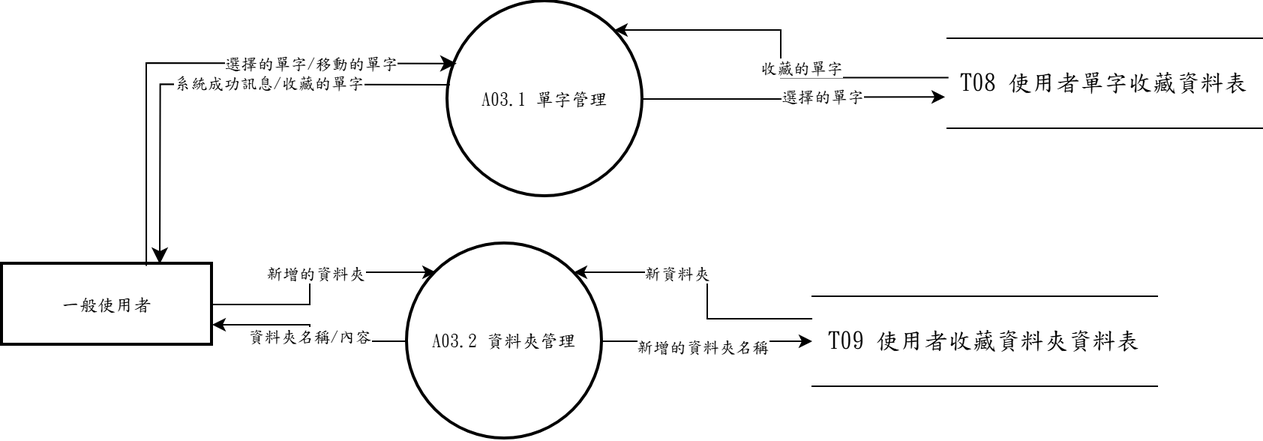
Earlier version of the draw.io export 系統文件/第6章/DFD圖/圖3/新/圖3.drawio.png (s22452007/115502). Source tidied: cells renumbered, new cells last; positions are measured from the earlier drawing's top-left corner, leaving out a move shared by most shapes.
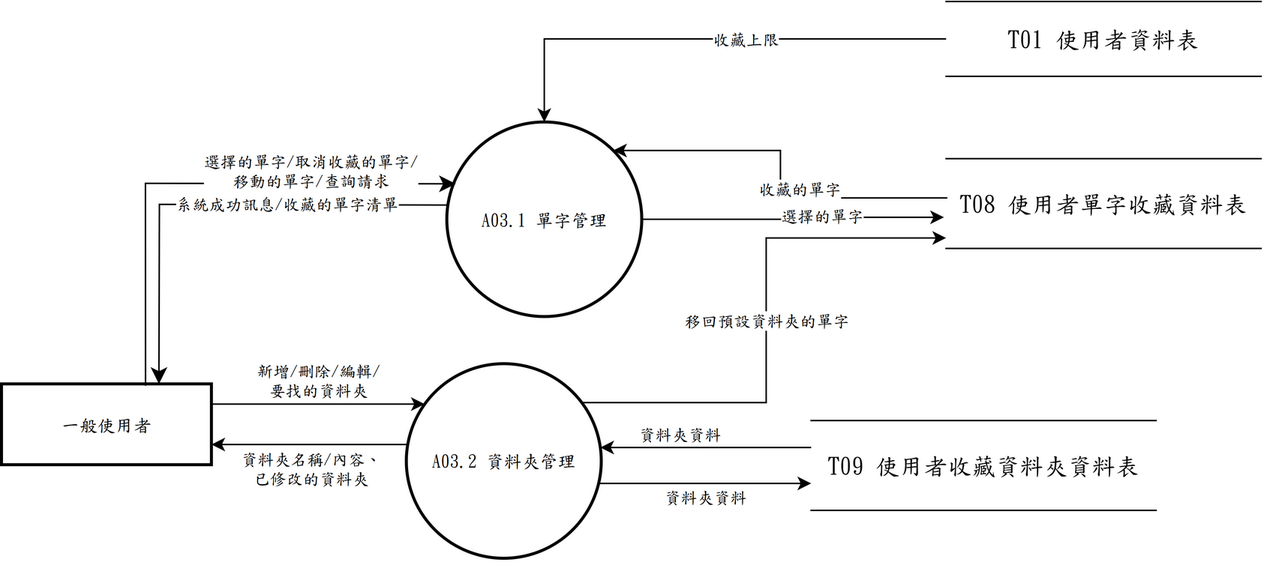
Above is the later version.

What changed in the source:
```diff
@@ -2,11 +2,13 @@
   <root>
     <mxCell id="0" />
     <mxCell id="1" parent="0" />
-    <mxCell id="2" style="edgeStyle=orthogonalEdgeStyle;rounded=0;jettySize=auto;html=1;entryX=0;entryY=0;entryDx=0;entryDy=0;" parent="1" edge="1" source="4" target="22">
+    <mxCell id="2" style="edgeStyle=none;rounded=0;jettySize=auto;html=1;fontFamily=標楷體;exitX=1.0000;exitY=0.2500;exitDx=0;exitDy=0;exitPerimeter=0;entryX=0.0943;entryY=0.2077;entryDx=0;entryDy=0;entryPerimeter=0;" parent="1" edge="1" source="4" target="22">
       <mxGeometry relative="1" as="geometry" />
     </mxCell>
-    <mxCell id="3" value="新增的資料夾" style="edgeLabel;html=1;align=center;verticalAlign=middle;fontFamily=標楷體;" parent="2" vertex="1">
-      <mxGeometry x="0.05" relative="1" as="geometry" />
+    <mxCell id="3" value="新增/刪除/編輯/&lt;br&gt;要找的資料夾" style="edgeLabel;html=1;align=center;verticalAlign=middle;fontFamily=標楷體;" parent="2" vertex="1">
+      <mxGeometry relative="1" as="geometry">
+        <mxPoint y="-16" as="offset" />
+      </mxGeometry>
     </mxCell>
     <mxCell id="4" value="一般使用者" style="whiteSpace=wrap;strokeWidth=2;fontFamily=標楷體;" parent="1" vertex="1">
       <mxGeometry y="175.5" width="140" height="54" as="geometry" />
@@ -17,14 +19,16 @@
     <mxCell id="6" value="&lt;span lang=&quot;EN-US&quot; style=&quot;font-size: 12pt;&quot;&gt;T08&amp;nbsp;&lt;/span&gt;&lt;span style=&quot;font-size: 12pt;&quot;&gt;使用者單字收藏資料表&lt;/span&gt;" style="shape=partialRectangle;whiteSpace=wrap;html=1;left=0;right=0;fontFamily=標楷體;" parent="1" vertex="1">
       <mxGeometry x="630" y="25" width="210" height="60" as="geometry" />
     </mxCell>
-    <mxCell id="7" style="edgeStyle=orthogonalEdgeStyle;rounded=0;jettySize=auto;html=1;exitX=0;exitY=0.25;exitDx=0;exitDy=0;entryX=1;entryY=0;entryDx=0;entryDy=0;" parent="1" edge="1" source="9" target="22">
+    <mxCell id="7" style="edgeStyle=none;rounded=0;jettySize=auto;html=1;fontFamily=標楷體;exitX=0.0000;exitY=0.3000;exitDx=0;exitDy=0;exitPerimeter=0;entryX=0.9952;entryY=0.4308;entryDx=0;entryDy=0;entryPerimeter=0;" parent="1" edge="1" source="9" target="22">
       <mxGeometry relative="1" as="geometry" />
     </mxCell>
-    <mxCell id="8" value="新資料夾" style="edgeLabel;html=1;align=center;verticalAlign=middle;fontFamily=標楷體;" parent="7" vertex="1">
-      <mxGeometry x="0.28" relative="1" as="geometry" />
+    <mxCell id="8" value="資料夾資料" style="edgeLabel;html=1;align=center;verticalAlign=middle;fontFamily=標楷體;" parent="7" vertex="1">
+      <mxGeometry x="0.25" relative="1" as="geometry">
+        <mxPoint y="-9" as="offset" />
+      </mxGeometry>
     </mxCell>
     <mxCell id="9" value="&lt;span lang=&quot;EN-US&quot; style=&quot;font-size: 12pt;&quot;&gt;T09&amp;nbsp;&lt;/span&gt;&lt;span style=&quot;font-size: 12pt;&quot;&gt;使用者收藏資料夾資料表&lt;/span&gt;" style="shape=partialRectangle;whiteSpace=wrap;html=1;left=0;right=0;fontFamily=標楷體;" parent="1" vertex="1">
-      <mxGeometry x="540" y="197" width="230" height="60" as="geometry" />
+      <mxGeometry x="540" y="200" width="230" height="60" as="geometry" />
     </mxCell>
     <mxCell id="10" style="edgeStyle=none;curved=0;rounded=0;jettySize=auto;html=1;exitX=0.686;exitY=0.023;exitDx=0;exitDy=0;entryX=0.046;entryY=0.318;entryDx=0;entryDy=0;fontSize=12;startSize=8;endSize=8;entryPerimeter=0;exitPerimeter=0;fontFamily=標楷體;" parent="1" edge="1" source="4" target="5">
       <mxGeometry relative="1" as="geometry">
@@ -33,9 +37,9 @@
         </Array>
       </mxGeometry>
     </mxCell>
-    <mxCell id="11" value="選擇的單字/移動的單字" style="edgeLabel;html=1;align=center;verticalAlign=middle;fontFamily=標楷體;" parent="10" vertex="1">
+    <mxCell id="11" value="選擇的單字/取消收藏的單字/&lt;br&gt;移動的單字/查詢請求" style="edgeLabel;html=1;align=center;verticalAlign=middle;fontFamily=標楷體;" parent="10" vertex="1">
       <mxGeometry x="0.03" y="-3" relative="1" as="geometry">
-        <mxPoint x="69" y="-3" as="offset" />
+        <mxPoint x="69" y="-12" as="offset" />
       </mxGeometry>
     </mxCell>
     <mxCell id="12" style="edgeStyle=none;curved=0;rounded=0;jettySize=auto;html=1;exitX=0.011;exitY=0.427;exitDx=0;exitDy=0;fontSize=12;startSize=8;endSize=8;exitPerimeter=0;entryX=0.75;entryY=0;entryDx=0;entryDy=0;fontFamily=標楷體;" parent="1" edge="1" source="5" target="4">
@@ -45,8 +49,10 @@
         </Array>
       </mxGeometry>
     </mxCell>
-    <mxCell id="13" value="系統成功訊息/收藏的單字" style="edgeLabel;html=1;align=center;verticalAlign=middle;fontFamily=標楷體;" parent="12" vertex="1">
-      <mxGeometry x="-0.23" y="-1" relative="1" as="geometry" />
+    <mxCell id="13" value="系統成功訊息/收藏的單字清單" style="edgeLabel;html=1;align=center;verticalAlign=middle;fontFamily=標楷體;" parent="12" vertex="1">
+      <mxGeometry x="-0.23" y="-1" relative="1" as="geometry">
+        <mxPoint x="12" as="offset" />
+      </mxGeometry>
     </mxCell>
     <mxCell id="14" style="rounded=0;jettySize=auto;html=1;entryX=1;entryY=0;entryDx=0;entryDy=0;exitX=0.004;exitY=0.438;exitDx=0;exitDy=0;edgeStyle=elbowEdgeStyle;exitPerimeter=0;fontFamily=標楷體;" parent="1" edge="1" source="6" target="5">
       <mxGeometry relative="1" as="geometry" />
@@ -64,22 +70,48 @@
         <mxPoint x="-16" y="-8" as="offset" />
       </mxGeometry>
     </mxCell>
-    <mxCell id="18" style="rounded=0;jettySize=auto;html=1;exitX=1;exitY=0.5;exitDx=0;exitDy=0;fontFamily=標楷體;" parent="1" edge="1" source="22" target="9">
+    <mxCell id="18" style="edgeStyle=none;rounded=0;jettySize=auto;html=1;fontFamily=標楷體;exitX=0.9865;exitY=0.6154;exitDx=0;exitDy=0;exitPerimeter=0;entryX=0.0000;entryY=0.7000;entryDx=0;entryDy=0;entryPerimeter=0;" parent="1" edge="1" source="22" target="9">
       <mxGeometry relative="1" as="geometry" />
     </mxCell>
-    <mxCell id="19" value="新增的資料夾名稱" style="edgeLabel;html=1;align=center;verticalAlign=middle;fontFamily=標楷體;" parent="18" vertex="1">
-      <mxGeometry x="0.05" y="-7" relative="1" as="geometry">
-        <mxPoint x="-7" y="-4" as="offset" />
+    <mxCell id="19" value="資料夾資料" style="edgeLabel;html=1;align=center;verticalAlign=middle;fontFamily=標楷體;" parent="18" vertex="1">
+      <mxGeometry relative="1" as="geometry">
+        <mxPoint y="9" as="offset" />
       </mxGeometry>
     </mxCell>
-    <mxCell id="20" style="edgeStyle=orthogonalEdgeStyle;rounded=0;jettySize=auto;html=1;entryX=1;entryY=0.75;entryDx=0;entryDy=0;" parent="1" edge="1" source="22" target="4">
+    <mxCell id="20" style="edgeStyle=none;rounded=0;jettySize=auto;html=1;fontFamily=標楷體;exitX=0.0072;exitY=0.4154;exitDx=0;exitDy=0;exitPerimeter=0;entryX=1.0000;entryY=0.7500;entryDx=0;entryDy=0;entryPerimeter=0;" parent="1" edge="1" source="22" target="4">
       <mxGeometry relative="1" as="geometry" />
     </mxCell>
-    <mxCell id="21" value="資料夾名稱/內容" style="edgeLabel;html=1;align=center;verticalAlign=middle;fontFamily=標楷體;" parent="20" vertex="1">
-      <mxGeometry x="-0.02" y="1" relative="1" as="geometry" />
+    <mxCell id="21" value="資料夾名稱/內容、&lt;br&gt;已修改的資料夾" style="edgeLabel;html=1;align=center;verticalAlign=middle;fontFamily=標楷體;" parent="20" vertex="1">
+      <mxGeometry relative="1" as="geometry">
+        <mxPoint y="16" as="offset" />
+      </mxGeometry>
     </mxCell>
     <mxCell id="22" value="A03.2 資料夾管理" style="ellipse;strokeWidth=2;whiteSpace=wrap;fontFamily=標楷體;" parent="1" vertex="1">
       <mxGeometry x="270" y="162" width="130" height="130" as="geometry" />
     </mxCell>
+    <mxCell id="23" style="edgeStyle=none;rounded=0;jettySize=auto;html=1;fontFamily=標楷體;exitX=0.9000;exitY=0.2000;exitDx=0;exitDy=0;exitPerimeter=0;entryX=0.0000;entryY=0.8833;entryDx=0;entryDy=0;entryPerimeter=0;" parent="1" edge="1" source="22" target="6">
+      <mxGeometry relative="1" as="geometry">
+        <Array as="points">
+          <mxPoint x="510" y="188" />
+          <mxPoint x="510" y="78" />
+        </Array>
+      </mxGeometry>
+    </mxCell>
+    <mxCell id="24" value="移回預設資料夾的單字" style="edgeLabel;html=1;align=center;verticalAlign=middle;fontFamily=標楷體;" parent="23" vertex="1">
+      <mxGeometry x="0.01" relative="1" as="geometry" />
+    </mxCell>
+    <mxCell id="25" value="&lt;span lang=&quot;EN-US&quot; style=&quot;font-size: 12pt;&quot;&gt;T01&amp;nbsp;&lt;/span&gt;&lt;span style=&quot;font-size: 12pt;&quot;&gt;使用者資料表&lt;/span&gt;" style="shape=partialRectangle;whiteSpace=wrap;html=1;left=0;right=0;fontFamily=標楷體;" parent="1" vertex="1">
+      <mxGeometry x="630" y="-80" width="210" height="50" as="geometry" />
+    </mxCell>
+    <mxCell id="26" style="edgeStyle=none;rounded=0;jettySize=auto;html=1;fontFamily=標楷體;exitX=0.0000;exitY=0.5000;exitDx=0;exitDy=0;exitPerimeter=0;entryX=0.5000;entryY=0.0000;entryDx=0;entryDy=0;entryPerimeter=0;" parent="1" edge="1" source="25" target="5">
+      <mxGeometry relative="1" as="geometry">
+        <Array as="points">
+          <mxPoint x="362" y="-55" />
+        </Array>
+      </mxGeometry>
+    </mxCell>
+    <mxCell id="27" value="收藏上限" style="edgeLabel;html=1;align=center;verticalAlign=middle;fontFamily=標楷體;" parent="26" vertex="1">
+      <mxGeometry x="-0.17" relative="1" as="geometry" />
+    </mxCell>
   </root>
 </mxGraphModel>
```
